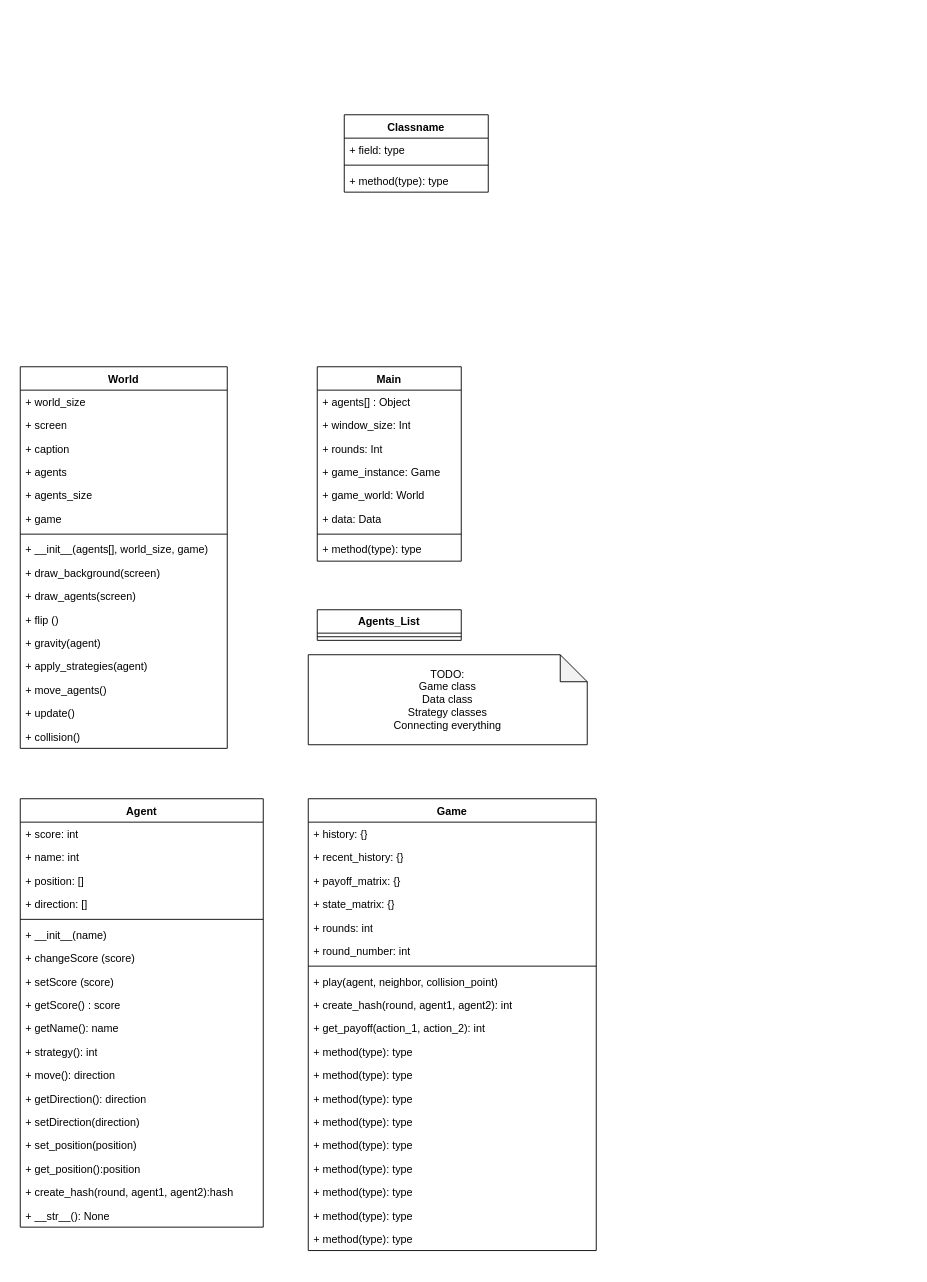
The draw.io diagram Prototype Class Diagram.drawio in Boland-Unfug/Thesis-python, before the edit. Source tidied: cells renumbered, new cells numbered last; positions are measured from the earlier drawing's top-left corner, leaving out a move shared by most shapes. Both pictures are drawn from the tidied source at 90%, with x=0, y=0 at pixel (20, 114).
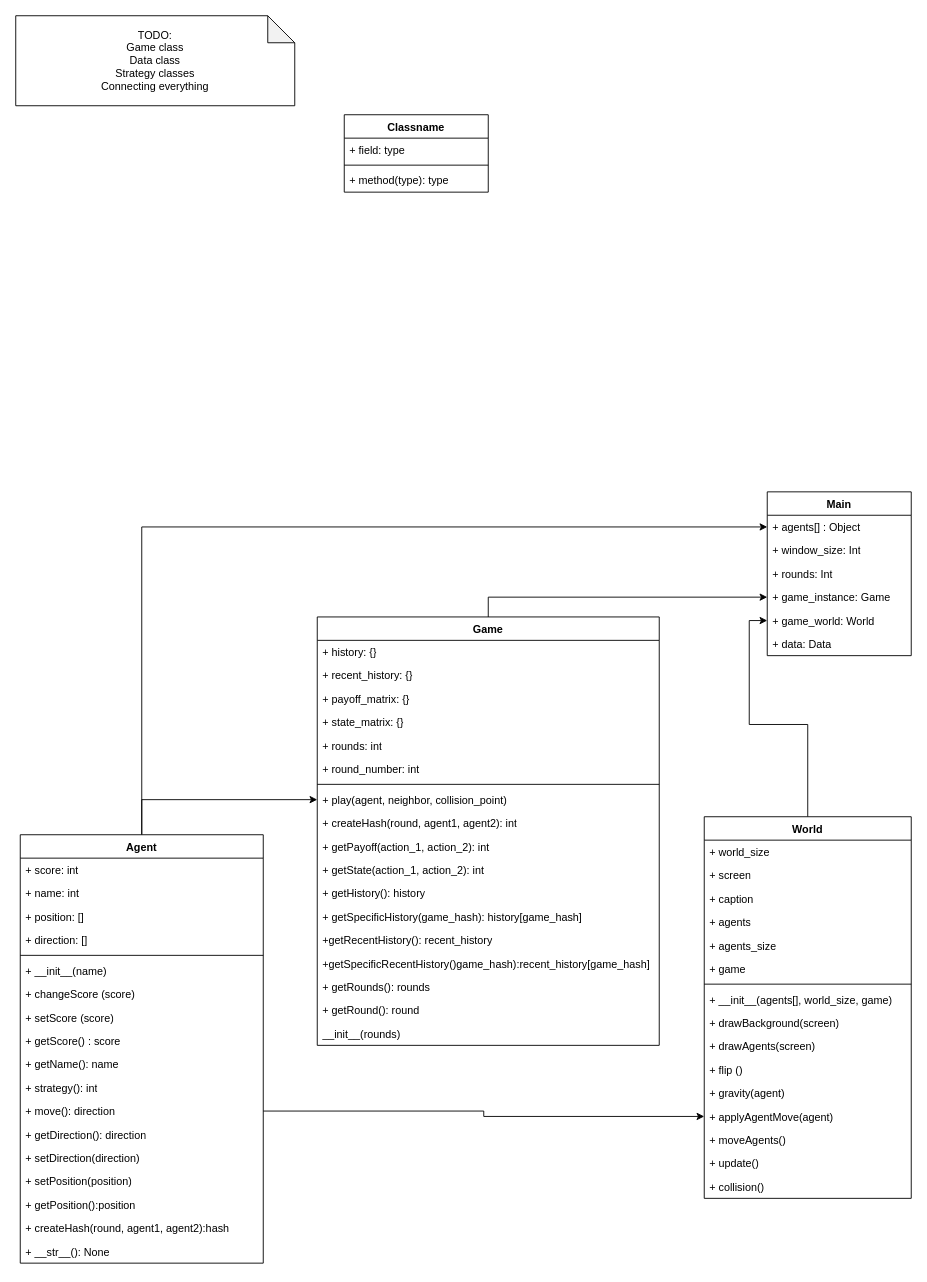
The same page after the edit.

Unchanged cells that the change refers to:
```xml
<mxCell id="7" value="&lt;div&gt;+ agents[] : Object&lt;/div&gt;" style="text;strokeColor=none;fillColor=none;align=left;verticalAlign=top;spacingLeft=4;spacingRight=4;overflow=hidden;points=[[0,0.5],[1,0.5]];portConstraint=eastwest;whiteSpace=wrap;html=1;" parent="6" vertex="1">
  <mxGeometry y="26" width="160" height="26" as="geometry" />
</mxCell>
<mxCell id="10" value="+ game_instance: Game" style="text;strokeColor=none;fillColor=none;align=left;verticalAlign=top;spacingLeft=4;spacingRight=4;overflow=hidden;points=[[0,0.5],[1,0.5]];portConstraint=eastwest;whiteSpace=wrap;html=1;" parent="6" vertex="1">
  <mxGeometry y="104" width="160" height="26" as="geometry" />
</mxCell>
<mxCell id="11" value="+ game_world: World" style="text;strokeColor=none;fillColor=none;align=left;verticalAlign=top;spacingLeft=4;spacingRight=4;overflow=hidden;points=[[0,0.5],[1,0.5]];portConstraint=eastwest;whiteSpace=wrap;html=1;" parent="6" vertex="1">
  <mxGeometry y="130" width="160" height="26" as="geometry" />
</mxCell>
<mxCell id="46" value="+ move(): direction" style="text;strokeColor=none;fillColor=none;align=left;verticalAlign=top;spacingLeft=4;spacingRight=4;overflow=hidden;points=[[0,0.5],[1,0.5]];portConstraint=eastwest;whiteSpace=wrap;html=1;" parent="34" vertex="1">
  <mxGeometry y="294" width="270" height="26" as="geometry" />
</mxCell>
```

What changed in the source:
```diff
@@
     <mxCell id="6" value="Main" style="swimlane;fontStyle=1;align=center;verticalAlign=top;horizontal=1;startSize=26;whiteSpace=wrap;html=1;" parent="1" vertex="1">
-      <mxGeometry x="330" y="280" width="160" height="216" as="geometry" />
+      <mxGeometry x="830" y="419" width="160" height="182" as="geometry" />
     </mxCell>
@@
-    <mxCell id="13" style="line;strokeWidth=1;fillColor=none;align=left;verticalAlign=middle;spacingTop=-1;spacingLeft=3;spacingRight=3;labelPosition=right;strokeColor=inherit;" parent="6" vertex="1">
-      <mxGeometry y="182" width="160" height="8" as="geometry" />
-    </mxCell>
-    <mxCell id="14" value="+ method(type): type" style="text;strokeColor=none;fillColor=none;align=left;verticalAlign=top;spacingLeft=4;spacingRight=4;overflow=hidden;whiteSpace=wrap;html=1;" parent="6" vertex="1">
-      <mxGeometry y="190" width="160" height="26" as="geometry" />
-    </mxCell>
+    <mxCell id="74" style="edgeStyle=orthogonalEdgeStyle;rounded=0;jettySize=auto;html=1;exitX=0.5;exitY=0;exitDx=0;exitDy=0;entryX=0;entryY=0.5;entryDx=0;entryDy=0;" parent="1" edge="1" source="15" target="11">
+      <mxGeometry relative="1" as="geometry" />
+    </mxCell>
     <mxCell id="15" value="World" style="swimlane;fontStyle=1;align=center;verticalAlign=top;horizontal=1;startSize=26;whiteSpace=wrap;html=1;" parent="1" vertex="1">
-      <mxGeometry y="280" width="230" height="424" as="geometry" />
+      <mxGeometry x="760" y="780" width="230" height="424" as="geometry" />
     </mxCell>
@@
-    <mxCell id="24" value="+ draw_background(screen)" style="text;strokeColor=none;fillColor=none;align=left;verticalAlign=top;spacingLeft=4;spacingRight=4;overflow=hidden;whiteSpace=wrap;html=1;" parent="15" vertex="1">
+    <mxCell id="24" value="+ drawBackground(screen)" style="text;strokeColor=none;fillColor=none;align=left;verticalAlign=top;spacingLeft=4;spacingRight=4;overflow=hidden;whiteSpace=wrap;html=1;" parent="15" vertex="1">
       <mxGeometry y="216" width="230" height="26" as="geometry" />
     </mxCell>
-    <mxCell id="25" value="+ draw_agents(screen)" style="text;strokeColor=none;fillColor=none;align=left;verticalAlign=top;spacingLeft=4;spacingRight=4;overflow=hidden;whiteSpace=wrap;html=1;" parent="15" vertex="1">
+    <mxCell id="25" value="+ drawAgents(screen)" style="text;strokeColor=none;fillColor=none;align=left;verticalAlign=top;spacingLeft=4;spacingRight=4;overflow=hidden;whiteSpace=wrap;html=1;" parent="15" vertex="1">
       <mxGeometry y="242" width="230" height="26" as="geometry" />
     </mxCell>
@@
-    <mxCell id="28" value="+ apply_strategies(agent)" style="text;strokeColor=none;fillColor=none;align=left;verticalAlign=top;spacingLeft=4;spacingRight=4;overflow=hidden;points=[[0,0.5],[1,0.5]];portConstraint=eastwest;whiteSpace=wrap;html=1;" parent="15" vertex="1">
+    <mxCell id="28" value="+ applyAgentMove(agent)" style="text;strokeColor=none;fillColor=none;align=left;verticalAlign=top;spacingLeft=4;spacingRight=4;overflow=hidden;points=[[0,0.5],[1,0.5]];portConstraint=eastwest;whiteSpace=wrap;html=1;" parent="15" vertex="1">
       <mxGeometry y="320" width="230" height="26" as="geometry" />
     </mxCell>
-    <mxCell id="29" value="+ move_agents()" style="text;strokeColor=none;fillColor=none;align=left;verticalAlign=top;spacingLeft=4;spacingRight=4;overflow=hidden;whiteSpace=wrap;html=1;" parent="15" vertex="1">
+    <mxCell id="29" value="+ moveAgents()" style="text;strokeColor=none;fillColor=none;align=left;verticalAlign=top;spacingLeft=4;spacingRight=4;overflow=hidden;whiteSpace=wrap;html=1;" parent="15" vertex="1">
       <mxGeometry y="346" width="230" height="26" as="geometry" />
     </mxCell>
@@
-    <mxCell id="32" value="Agents_List" style="swimlane;fontStyle=1;align=center;verticalAlign=top;horizontal=1;startSize=26;whiteSpace=wrap;html=1;" parent="1" vertex="1">
-      <mxGeometry x="330" y="550" width="160" height="34" as="geometry" />
-    </mxCell>
-    <mxCell id="33" style="line;strokeWidth=1;fillColor=none;align=left;verticalAlign=middle;spacingTop=-1;spacingLeft=3;spacingRight=3;labelPosition=right;strokeColor=inherit;" parent="32" vertex="1">
-      <mxGeometry y="26" width="160" height="8" as="geometry" />
-    </mxCell>
+    <mxCell id="75" style="edgeStyle=orthogonalEdgeStyle;rounded=0;jettySize=auto;html=1;exitX=0.5;exitY=0;exitDx=0;exitDy=0;entryX=0;entryY=0.5;entryDx=0;entryDy=0;" parent="1" edge="1" source="34" target="7">
+      <mxGeometry relative="1" as="geometry" />
+    </mxCell>
+    <mxCell id="76" style="edgeStyle=orthogonalEdgeStyle;rounded=0;jettySize=auto;html=1;exitX=0.5;exitY=0;exitDx=0;exitDy=0;entryX=0;entryY=0.5;entryDx=0;entryDy=0;" parent="1" edge="1" source="34" target="61">
+      <mxGeometry relative="1" as="geometry" />
+    </mxCell>
     <mxCell id="34" value="Agent" style="swimlane;fontStyle=1;align=center;verticalAlign=top;horizontal=1;startSize=26;whiteSpace=wrap;html=1;" parent="1" vertex="1">
-      <mxGeometry y="760" width="270" height="476" as="geometry" />
+      <mxGeometry y="800" width="270" height="476" as="geometry" />
     </mxCell>
@@
-    <mxCell id="49" value="+ set_position(position)" style="text;strokeColor=none;fillColor=none;align=left;verticalAlign=top;spacingLeft=4;spacingRight=4;overflow=hidden;whiteSpace=wrap;html=1;" parent="34" vertex="1">
+    <mxCell id="49" value="+ setPosition(position)" style="text;strokeColor=none;fillColor=none;align=left;verticalAlign=top;spacingLeft=4;spacingRight=4;overflow=hidden;whiteSpace=wrap;html=1;" parent="34" vertex="1">
       <mxGeometry y="372" width="270" height="26" as="geometry" />
     </mxCell>
-    <mxCell id="50" value="+ get_position():position" style="text;strokeColor=none;fillColor=none;align=left;verticalAlign=top;spacingLeft=4;spacingRight=4;overflow=hidden;whiteSpace=wrap;html=1;" parent="34" vertex="1">
+    <mxCell id="50" value="+ getPosition():position" style="text;strokeColor=none;fillColor=none;align=left;verticalAlign=top;spacingLeft=4;spacingRight=4;overflow=hidden;whiteSpace=wrap;html=1;" parent="34" vertex="1">
       <mxGeometry y="398" width="270" height="26" as="geometry" />
     </mxCell>
-    <mxCell id="51" value="+ create_hash(round, agent1, agent2):hash" style="text;strokeColor=none;fillColor=none;align=left;verticalAlign=top;spacingLeft=4;spacingRight=4;overflow=hidden;whiteSpace=wrap;html=1;" parent="34" vertex="1">
+    <mxCell id="51" value="+ createHash(round, agent1, agent2):hash" style="text;strokeColor=none;fillColor=none;align=left;verticalAlign=top;spacingLeft=4;spacingRight=4;overflow=hidden;whiteSpace=wrap;html=1;" parent="34" vertex="1">
       <mxGeometry y="424" width="270" height="26" as="geometry" />
     </mxCell>
@@
+    <mxCell id="77" style="edgeStyle=orthogonalEdgeStyle;rounded=0;jettySize=auto;html=1;exitX=0.5;exitY=0;exitDx=0;exitDy=0;entryX=0;entryY=0.5;entryDx=0;entryDy=0;" parent="1" edge="1" source="53" target="10">
+      <mxGeometry relative="1" as="geometry" />
+    </mxCell>
     <mxCell id="53" value="Game" style="swimlane;fontStyle=1;align=center;verticalAlign=top;horizontal=1;startSize=26;whiteSpace=wrap;html=1;" parent="1" vertex="1">
-      <mxGeometry x="320" y="760" width="320" height="502" as="geometry" />
+      <mxGeometry x="330" y="558" width="380" height="476" as="geometry" />
     </mxCell>
     <mxCell id="54" value="+ history: {}" style="text;strokeColor=none;fillColor=none;align=left;verticalAlign=top;spacingLeft=4;spacingRight=4;overflow=hidden;whiteSpace=wrap;html=1;" parent="53" vertex="1">
-      <mxGeometry y="26" width="320" height="26" as="geometry" />
+      <mxGeometry y="26" width="380" height="26" as="geometry" />
     </mxCell>
     <mxCell id="55" value="+ recent_history: {}" style="text;strokeColor=none;fillColor=none;align=left;verticalAlign=top;spacingLeft=4;spacingRight=4;overflow=hidden;whiteSpace=wrap;html=1;" parent="53" vertex="1">
-      <mxGeometry y="52" width="320" height="26" as="geometry" />
+      <mxGeometry y="52" width="380" height="26" as="geometry" />
     </mxCell>
     <mxCell id="56" value="+ payoff_matrix: {}" style="text;strokeColor=none;fillColor=none;align=left;verticalAlign=top;spacingLeft=4;spacingRight=4;overflow=hidden;whiteSpace=wrap;html=1;" parent="53" vertex="1">
-      <mxGeometry y="78" width="320" height="26" as="geometry" />
+      <mxGeometry y="78" width="380" height="26" as="geometry" />
     </mxCell>
     <mxCell id="57" value="+ state_matrix: {}" style="text;strokeColor=none;fillColor=none;align=left;verticalAlign=top;spacingLeft=4;spacingRight=4;overflow=hidden;whiteSpace=wrap;html=1;" parent="53" vertex="1">
-      <mxGeometry y="104" width="320" height="26" as="geometry" />
+      <mxGeometry y="104" width="380" height="26" as="geometry" />
     </mxCell>
     <mxCell id="58" value="+ rounds: int" style="text;strokeColor=none;fillColor=none;align=left;verticalAlign=top;spacingLeft=4;spacingRight=4;overflow=hidden;whiteSpace=wrap;html=1;" parent="53" vertex="1">
-      <mxGeometry y="130" width="320" height="26" as="geometry" />
+      <mxGeometry y="130" width="380" height="26" as="geometry" />
     </mxCell>
     <mxCell id="59" value="+ round_number: int" style="text;strokeColor=none;fillColor=none;align=left;verticalAlign=top;spacingLeft=4;spacingRight=4;overflow=hidden;whiteSpace=wrap;html=1;" parent="53" vertex="1">
-      <mxGeometry y="156" width="320" height="26" as="geometry" />
+      <mxGeometry y="156" width="380" height="26" as="geometry" />
     </mxCell>
     <mxCell id="60" style="line;strokeWidth=1;fillColor=none;align=left;verticalAlign=middle;spacingTop=-1;spacingLeft=3;spacingRight=3;labelPosition=right;strokeColor=inherit;" parent="53" vertex="1">
-      <mxGeometry y="182" width="320" height="8" as="geometry" />
+      <mxGeometry y="182" width="380" height="8" as="geometry" />
     </mxCell>
     <mxCell id="61" value="+ play(agent, neighbor, collision_point)" style="text;strokeColor=none;fillColor=none;align=left;verticalAlign=top;spacingLeft=4;spacingRight=4;overflow=hidden;points=[[0,0.5],[1,0.5]];portConstraint=eastwest;whiteSpace=wrap;html=1;" parent="53" vertex="1">
-      <mxGeometry y="190" width="320" height="26" as="geometry" />
+      <mxGeometry y="190" width="380" height="26" as="geometry" />
     </mxCell>
-    <mxCell id="62" value="+ create_hash(round, agent1, agent2): int" style="text;strokeColor=none;fillColor=none;align=left;verticalAlign=top;spacingLeft=4;spacingRight=4;overflow=hidden;whiteSpace=wrap;html=1;" parent="53" vertex="1">
-      <mxGeometry y="216" width="320" height="26" as="geometry" />
+    <mxCell id="62" value="+ createHash(round, agent1, agent2): int" style="text;strokeColor=none;fillColor=none;align=left;verticalAlign=top;spacingLeft=4;spacingRight=4;overflow=hidden;whiteSpace=wrap;html=1;" parent="53" vertex="1">
+      <mxGeometry y="216" width="380" height="26" as="geometry" />
     </mxCell>
-    <mxCell id="63" value="+ get_payoff(action_1, action_2): int" style="text;strokeColor=none;fillColor=none;align=left;verticalAlign=top;spacingLeft=4;spacingRight=4;overflow=hidden;whiteSpace=wrap;html=1;" parent="53" vertex="1">
-      <mxGeometry y="242" width="320" height="26" as="geometry" />
+    <mxCell id="63" value="+ getPayoff(action_1, action_2): int" style="text;strokeColor=none;fillColor=none;align=left;verticalAlign=top;spacingLeft=4;spacingRight=4;overflow=hidden;whiteSpace=wrap;html=1;" parent="53" vertex="1">
+      <mxGeometry y="242" width="380" height="26" as="geometry" />
     </mxCell>
-    <mxCell id="64" value="+ method(type): type" style="text;strokeColor=none;fillColor=none;align=left;verticalAlign=top;spacingLeft=4;spacingRight=4;overflow=hidden;whiteSpace=wrap;html=1;" parent="53" vertex="1">
-      <mxGeometry y="268" width="320" height="26" as="geometry" />
+    <mxCell id="64" value="+ getState(action_1, action_2): int" style="text;strokeColor=none;fillColor=none;align=left;verticalAlign=top;spacingLeft=4;spacingRight=4;overflow=hidden;whiteSpace=wrap;html=1;" parent="53" vertex="1">
+      <mxGeometry y="268" width="380" height="26" as="geometry" />
     </mxCell>
-    <mxCell id="65" value="+ method(type): type" style="text;strokeColor=none;fillColor=none;align=left;verticalAlign=top;spacingLeft=4;spacingRight=4;overflow=hidden;whiteSpace=wrap;html=1;" parent="53" vertex="1">
-      <mxGeometry y="294" width="320" height="26" as="geometry" />
+    <mxCell id="65" value="+ getHistory(): history" style="text;strokeColor=none;fillColor=none;align=left;verticalAlign=top;spacingLeft=4;spacingRight=4;overflow=hidden;whiteSpace=wrap;html=1;" parent="53" vertex="1">
+      <mxGeometry y="294" width="380" height="26" as="geometry" />
     </mxCell>
-    <mxCell id="66" value="+ method(type): type" style="text;strokeColor=none;fillColor=none;align=left;verticalAlign=top;spacingLeft=4;spacingRight=4;overflow=hidden;whiteSpace=wrap;html=1;" parent="53" vertex="1">
-      <mxGeometry y="320" width="320" height="26" as="geometry" />
+    <mxCell id="66" value="+ getSpecificHistory(game_hash): history[game_hash]" style="text;strokeColor=none;fillColor=none;align=left;verticalAlign=top;spacingLeft=4;spacingRight=4;overflow=hidden;whiteSpace=wrap;html=1;" parent="53" vertex="1">
+      <mxGeometry y="320" width="380" height="26" as="geometry" />
     </mxCell>
-    <mxCell id="67" value="+ method(type): type" style="text;strokeColor=none;fillColor=none;align=left;verticalAlign=top;spacingLeft=4;spacingRight=4;overflow=hidden;whiteSpace=wrap;html=1;" parent="53" vertex="1">
-      <mxGeometry y="346" width="320" height="26" as="geometry" />
+    <mxCell id="67" value="+getRecentHistory(): recent_history" style="text;strokeColor=none;fillColor=none;align=left;verticalAlign=top;spacingLeft=4;spacingRight=4;overflow=hidden;whiteSpace=wrap;html=1;" parent="53" vertex="1">
+      <mxGeometry y="346" width="380" height="26" as="geometry" />
     </mxCell>
-    <mxCell id="68" value="+ method(type): type" style="text;strokeColor=none;fillColor=none;align=left;verticalAlign=top;spacingLeft=4;spacingRight=4;overflow=hidden;whiteSpace=wrap;html=1;" parent="53" vertex="1">
-      <mxGeometry y="372" width="320" height="26" as="geometry" />
+    <mxCell id="68" value="+getSpecificRecentHistory()game_hash):recent_history[game_hash]" style="text;strokeColor=none;fillColor=none;align=left;verticalAlign=top;spacingLeft=4;spacingRight=4;overflow=hidden;whiteSpace=wrap;html=1;" parent="53" vertex="1">
+      <mxGeometry y="372" width="380" height="26" as="geometry" />
     </mxCell>
-    <mxCell id="69" value="+ method(type): type" style="text;strokeColor=none;fillColor=none;align=left;verticalAlign=top;spacingLeft=4;spacingRight=4;overflow=hidden;whiteSpace=wrap;html=1;" parent="53" vertex="1">
-      <mxGeometry y="398" width="320" height="26" as="geometry" />
+    <mxCell id="69" value="+ getRounds(): rounds" style="text;strokeColor=none;fillColor=none;align=left;verticalAlign=top;spacingLeft=4;spacingRight=4;overflow=hidden;whiteSpace=wrap;html=1;" parent="53" vertex="1">
+      <mxGeometry y="398" width="380" height="26" as="geometry" />
     </mxCell>
-    <mxCell id="70" value="+ method(type): type" style="text;strokeColor=none;fillColor=none;align=left;verticalAlign=top;spacingLeft=4;spacingRight=4;overflow=hidden;whiteSpace=wrap;html=1;" parent="53" vertex="1">
-      <mxGeometry y="424" width="320" height="26" as="geometry" />
+    <mxCell id="70" value="+ getRound(): round" style="text;strokeColor=none;fillColor=none;align=left;verticalAlign=top;spacingLeft=4;spacingRight=4;overflow=hidden;whiteSpace=wrap;html=1;" parent="53" vertex="1">
+      <mxGeometry y="424" width="380" height="26" as="geometry" />
     </mxCell>
-    <mxCell id="71" value="+ method(type): type" style="text;strokeColor=none;fillColor=none;align=left;verticalAlign=top;spacingLeft=4;spacingRight=4;overflow=hidden;whiteSpace=wrap;html=1;" parent="53" vertex="1">
-      <mxGeometry y="450" width="320" height="26" as="geometry" />
+    <mxCell id="71" value="__init__(rounds)" style="text;strokeColor=none;fillColor=none;align=left;verticalAlign=top;spacingLeft=4;spacingRight=4;overflow=hidden;whiteSpace=wrap;html=1;" parent="53" vertex="1">
+      <mxGeometry y="450" width="380" height="26" as="geometry" />
     </mxCell>
-    <mxCell id="72" value="+ method(type): type" style="text;strokeColor=none;fillColor=none;align=left;verticalAlign=top;spacingLeft=4;spacingRight=4;overflow=hidden;whiteSpace=wrap;html=1;" parent="53" vertex="1">
-      <mxGeometry y="476" width="320" height="26" as="geometry" />
-    </mxCell>
     <mxCell id="73" value="&lt;div&gt;TODO:&lt;/div&gt;&lt;div&gt;Game class&lt;br&gt;Data class&lt;/div&gt;&lt;div&gt;Strategy classes&lt;/div&gt;&lt;div&gt;Connecting everything&lt;br&gt;&lt;/div&gt;" style="shape=note;whiteSpace=wrap;html=1;backgroundOutline=1;darkOpacity=0.05;" parent="1" vertex="1">
-      <mxGeometry x="320" y="600" width="310" height="100" as="geometry" />
+      <mxGeometry x="-5" y="-110" width="310" height="100" as="geometry" />
     </mxCell>
+    <mxCell id="78" style="edgeStyle=orthogonalEdgeStyle;rounded=0;jettySize=auto;html=1;exitX=1;exitY=0.5;exitDx=0;exitDy=0;entryX=0;entryY=0.5;entryDx=0;entryDy=0;" parent="1" edge="1" source="46" target="28">
+      <mxGeometry relative="1" as="geometry" />
+    </mxCell>
```
